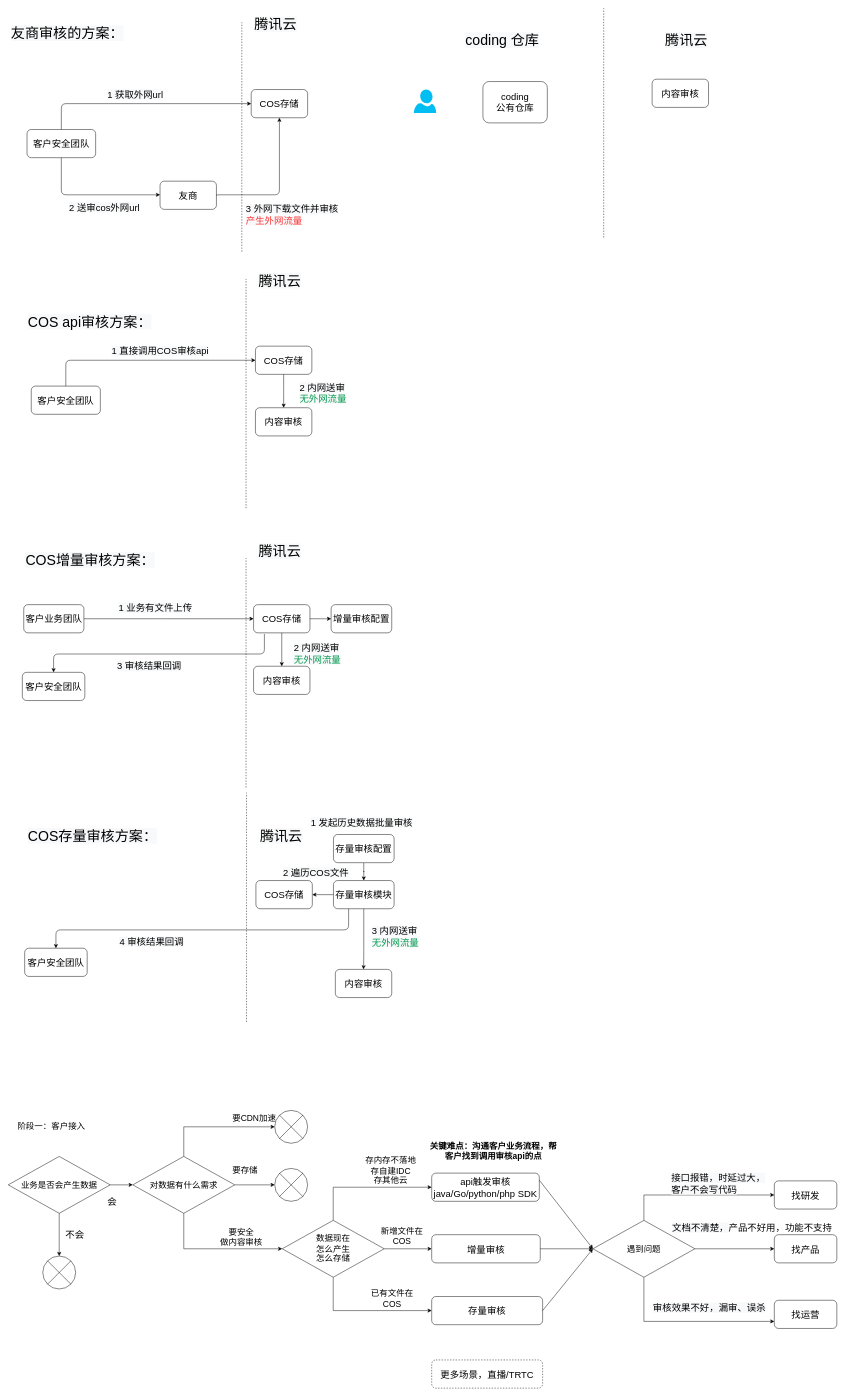
Before: page "通用审核流程图" (1 of 9) of CI.drawio in wangnan8791/document, a draw.io diagram. Source tidied: cells renumbered, new cells numbered last; positions are measured from the earlier drawing's top-left corner, leaving out a move shared by most shapes. Both pictures are drawn from the tidied source at 47%, with x=0, y=0 at pixel (8, 8).
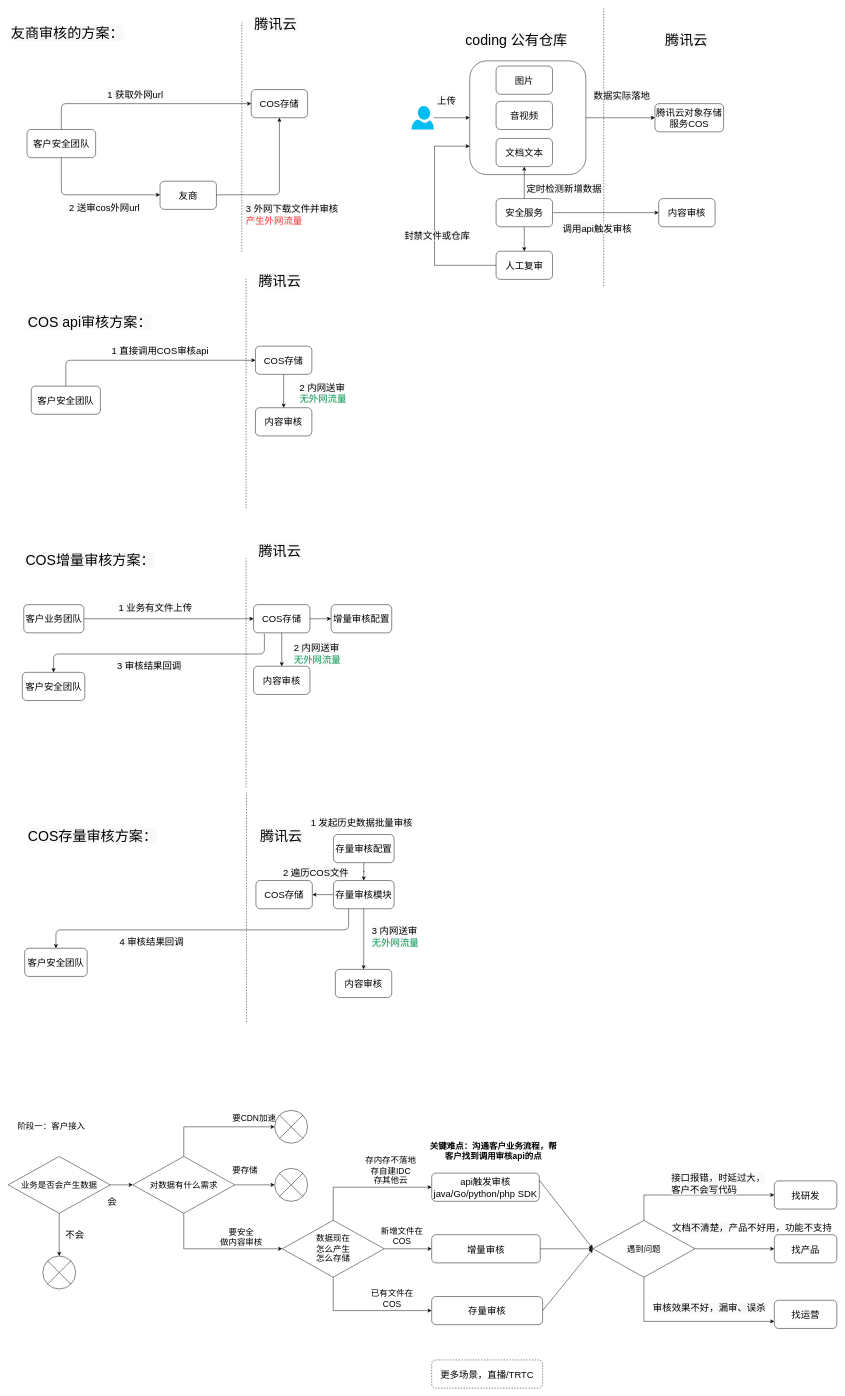
After the change.

Change to the diagram source:
```diff
@@
-    <mxCell id="96" value="&lt;span style=&quot;color: rgb(0 , 0 , 0) ; font-family: &amp;quot;helvetica&amp;quot; ; font-size: 30px ; font-style: normal ; font-weight: 400 ; letter-spacing: normal ; text-align: center ; text-indent: 0px ; text-transform: none ; word-spacing: 0px ; background-color: rgb(248 , 249 , 250) ; display: inline ; float: none&quot;&gt;coding 仓库&lt;/span&gt;" style="text;whiteSpace=wrap;html=1;fontSize=30;" parent="1" vertex="1">
-      <mxGeometry x="971" y="44" width="189" height="51" as="geometry" />
+    <mxCell id="96" value="&lt;span style=&quot;color: rgb(0 , 0 , 0) ; font-family: &amp;quot;helvetica&amp;quot; ; font-size: 30px ; font-style: normal ; font-weight: 400 ; letter-spacing: normal ; text-align: center ; text-indent: 0px ; text-transform: none ; word-spacing: 0px ; background-color: rgb(248 , 249 , 250) ; display: inline ; float: none&quot;&gt;coding 公有仓库&lt;/span&gt;" style="text;whiteSpace=wrap;html=1;fontSize=30;" parent="1" vertex="1">
+      <mxGeometry x="971" y="44" width="232" height="51" as="geometry" />
     </mxCell>
+    <mxCell id="102" style="edgeStyle=orthogonalEdgeStyle;rounded=0;jettySize=auto;html=1;" parent="1" edge="1" source="97" target="108">
+      <mxGeometry relative="1" as="geometry" />
+    </mxCell>
-    <mxCell id="97" value="coding&lt;br&gt;公有仓库" style="rounded=1;whiteSpace=wrap;html=1;fontSize=20;" parent="1" vertex="1">
-      <mxGeometry x="1010" y="156" width="137" height="88" as="geometry" />
+    <mxCell id="97" style="rounded=1;whiteSpace=wrap;html=1;fontSize=20;" parent="1" vertex="1">
+      <mxGeometry x="982" y="112" width="247" height="242" as="geometry" />
     </mxCell>
     <mxCell id="98" value="内容审核" style="rounded=1;whiteSpace=wrap;html=1;fontSize=20;" parent="1" vertex="1">
-      <mxGeometry x="1370" y="151" width="120" height="60" as="geometry" />
+      <mxGeometry x="1384" y="405" width="120" height="60" as="geometry" />
     </mxCell>
     <mxCell id="99" style="endArrow=none;dashed=1;html=1;" parent="1" edge="1">
       <mxGeometry relative="1" as="geometry">
-        <mxPoint x="1267" y="488" as="sourcePoint" />
+        <mxPoint x="1267" y="591" as="sourcePoint" />
         <mxPoint x="1267" as="targetPoint" />
       </mxGeometry>
     </mxCell>
@@
+    <mxCell id="103" style="edgeStyle=orthogonalEdgeStyle;rounded=0;jettySize=auto;html=1;" parent="1" edge="1" source="101" target="97">
+      <mxGeometry relative="1" as="geometry" />
+    </mxCell>
     <mxCell id="101" style="verticalLabelPosition=bottom;html=1;verticalAlign=top;align=center;strokeColor=none;fillColor=#00BEF2;shape=mxgraph.azure.user;" parent="1" vertex="1">
-      <mxGeometry x="863" y="173" width="47.5" height="50" as="geometry" />
+      <mxGeometry x="858" y="208" width="47.5" height="50" as="geometry" />
     </mxCell>
+    <mxCell id="104" value="图片" style="rounded=1;whiteSpace=wrap;html=1;fontSize=20;" parent="1" vertex="1">
+      <mxGeometry x="1038" y="123" width="120" height="60" as="geometry" />
+    </mxCell>
+    <mxCell id="105" value="音视频" style="rounded=1;whiteSpace=wrap;html=1;fontSize=20;" parent="1" vertex="1">
+      <mxGeometry x="1038" y="198" width="120" height="60" as="geometry" />
+    </mxCell>
+    <mxCell id="106" value="文档文本" style="rounded=1;whiteSpace=wrap;html=1;fontSize=20;" parent="1" vertex="1">
+      <mxGeometry x="1038" y="277" width="120" height="60" as="geometry" />
+    </mxCell>
+    <mxCell id="107" value="&lt;span style=&quot;color: rgb(0, 0, 0); font-family: Helvetica; font-size: 20px; font-style: normal; font-variant-ligatures: normal; font-variant-caps: normal; font-weight: 400; letter-spacing: normal; orphans: 2; text-align: center; text-indent: 0px; text-transform: none; widows: 2; word-spacing: 0px; -webkit-text-stroke-width: 0px; background-color: rgb(248, 249, 250); text-decoration-thickness: initial; text-decoration-style: initial; text-decoration-color: initial; float: none; display: inline !important;&quot;&gt;上传&lt;/span&gt;" style="text;whiteSpace=wrap;html=1;" parent="1" vertex="1">
+      <mxGeometry x="911" y="178" width="60" height="30" as="geometry" />
+    </mxCell>
+    <mxCell id="108" value="腾讯云对象存储服务COS" style="rounded=1;whiteSpace=wrap;html=1;fontSize=20;" parent="1" vertex="1">
+      <mxGeometry x="1376" y="203" width="146" height="60" as="geometry" />
+    </mxCell>
+    <mxCell id="109" value="&lt;span style=&quot;color: rgb(0, 0, 0); font-family: Helvetica; font-size: 20px; font-style: normal; font-variant-ligatures: normal; font-variant-caps: normal; font-weight: 400; letter-spacing: normal; orphans: 2; text-align: center; text-indent: 0px; text-transform: none; widows: 2; word-spacing: 0px; -webkit-text-stroke-width: 0px; background-color: rgb(248, 249, 250); text-decoration-thickness: initial; text-decoration-style: initial; text-decoration-color: initial; float: none; display: inline !important;&quot;&gt;数据实际落地&lt;/span&gt;" style="text;whiteSpace=wrap;html=1;" parent="1" vertex="1">
+      <mxGeometry x="1244" y="168" width="135" height="30" as="geometry" />
+    </mxCell>
+    <mxCell id="110" style="edgeStyle=orthogonalEdgeStyle;rounded=0;jettySize=auto;html=1;" parent="1" edge="1" source="113" target="106">
+      <mxGeometry relative="1" as="geometry" />
+    </mxCell>
+    <mxCell id="111" style="edgeStyle=orthogonalEdgeStyle;rounded=0;jettySize=auto;html=1;" parent="1" edge="1" source="113" target="98">
+      <mxGeometry relative="1" as="geometry" />
+    </mxCell>
+    <mxCell id="112" style="edgeStyle=orthogonalEdgeStyle;rounded=0;jettySize=auto;html=1;" parent="1" edge="1" source="113" target="117">
+      <mxGeometry relative="1" as="geometry" />
+    </mxCell>
+    <mxCell id="113" value="安全服务" style="rounded=1;whiteSpace=wrap;html=1;fontSize=20;" parent="1" vertex="1">
+      <mxGeometry x="1038" y="405" width="120" height="60" as="geometry" />
+    </mxCell>
+    <mxCell id="114" value="&lt;span style=&quot;color: rgb(0, 0, 0); font-family: Helvetica; font-size: 20px; font-style: normal; font-variant-ligatures: normal; font-variant-caps: normal; font-weight: 400; letter-spacing: normal; orphans: 2; text-align: center; text-indent: 0px; text-transform: none; widows: 2; word-spacing: 0px; -webkit-text-stroke-width: 0px; background-color: rgb(248, 249, 250); text-decoration-thickness: initial; text-decoration-style: initial; text-decoration-color: initial; float: none; display: inline !important;&quot;&gt;定时检测新增数据&lt;/span&gt;" style="text;whiteSpace=wrap;html=1;" parent="1" vertex="1">
+      <mxGeometry x="1101" y="365" width="168" height="30" as="geometry" />
+    </mxCell>
+    <mxCell id="115" value="&lt;span style=&quot;color: rgb(0, 0, 0); font-family: Helvetica; font-size: 20px; font-style: normal; font-variant-ligatures: normal; font-variant-caps: normal; font-weight: 400; letter-spacing: normal; orphans: 2; text-align: center; text-indent: 0px; text-transform: none; widows: 2; word-spacing: 0px; -webkit-text-stroke-width: 0px; background-color: rgb(248, 249, 250); text-decoration-thickness: initial; text-decoration-style: initial; text-decoration-color: initial; float: none; display: inline !important;&quot;&gt;调用api触发审核&lt;/span&gt;" style="text;whiteSpace=wrap;html=1;" parent="1" vertex="1">
+      <mxGeometry x="1178" y="450" width="168" height="30" as="geometry" />
+    </mxCell>
+    <mxCell id="116" style="edgeStyle=orthogonalEdgeStyle;rounded=0;jettySize=auto;html=1;entryX=0;entryY=0.75;entryDx=0;entryDy=0;" parent="1" edge="1" source="117" target="97">
+      <mxGeometry relative="1" as="geometry">
+        <Array as="points">
+          <mxPoint x="907" y="547" />
+          <mxPoint x="907" y="294" />
+        </Array>
+      </mxGeometry>
+    </mxCell>
+    <mxCell id="117" value="人工复审" style="rounded=1;whiteSpace=wrap;html=1;fontSize=20;" parent="1" vertex="1">
+      <mxGeometry x="1038" y="517" width="120" height="60" as="geometry" />
+    </mxCell>
+    <mxCell id="118" value="&lt;span style=&quot;color: rgb(0, 0, 0); font-family: Helvetica; font-size: 20px; font-style: normal; font-variant-ligatures: normal; font-variant-caps: normal; font-weight: 400; letter-spacing: normal; orphans: 2; text-align: center; text-indent: 0px; text-transform: none; widows: 2; word-spacing: 0px; -webkit-text-stroke-width: 0px; background-color: rgb(248, 249, 250); text-decoration-thickness: initial; text-decoration-style: initial; text-decoration-color: initial; float: none; display: inline !important;&quot;&gt;封禁文件或仓库&lt;/span&gt;" style="text;whiteSpace=wrap;html=1;" parent="1" vertex="1">
+      <mxGeometry x="841" y="465" width="168" height="30" as="geometry" />
+    </mxCell>
```
